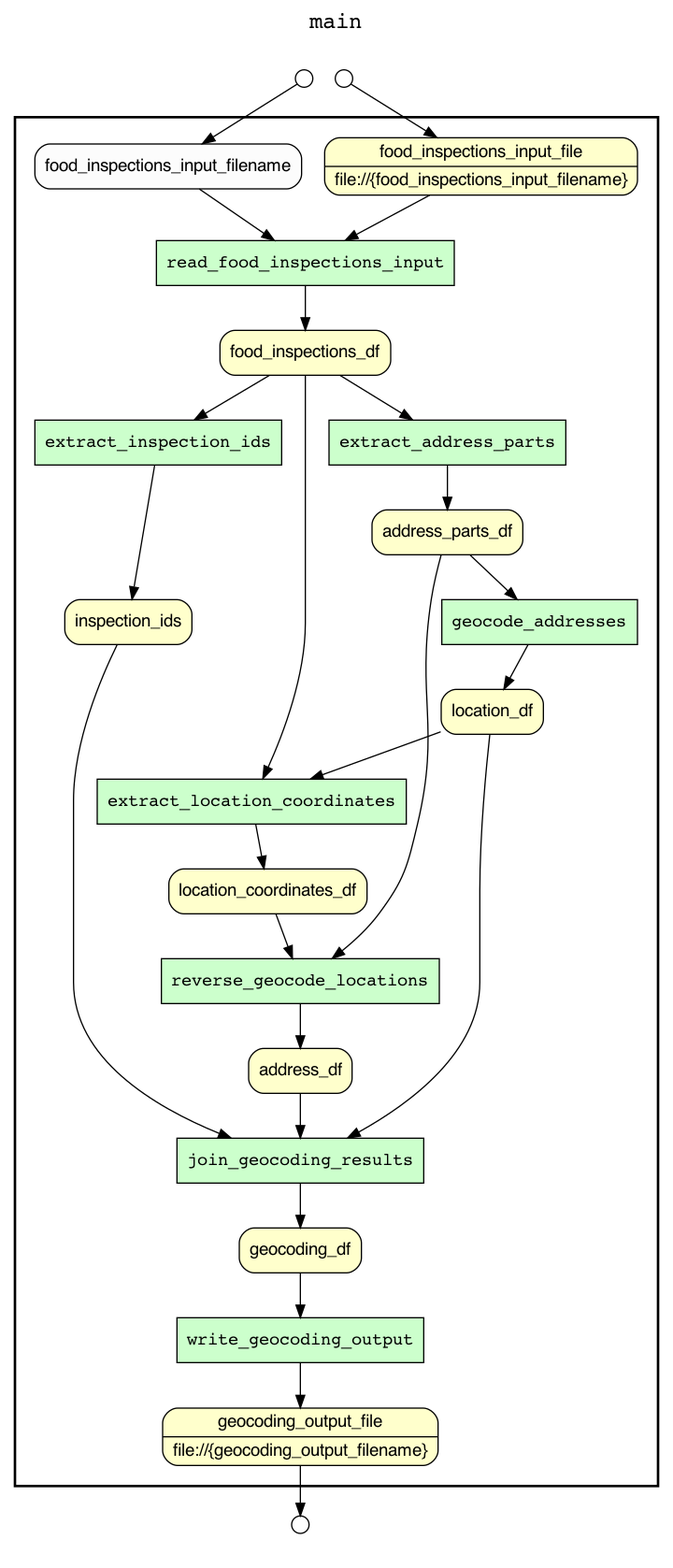
This is geocode.png from dmcguire81/CS513DataCleaningTeam152, a Graphviz export, as it was before one commit. Its source is kept beside it as geocode.gv.
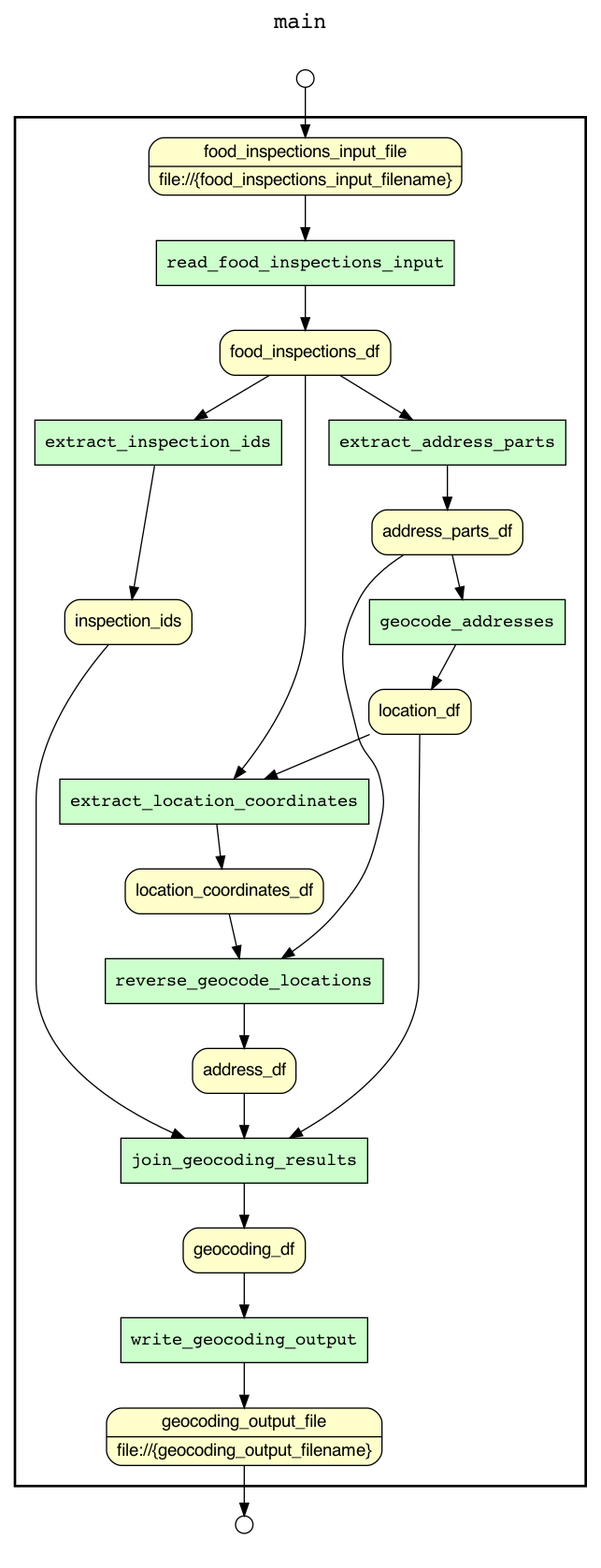
The same diagram one commit later.

Commit message:
Patch up geocode prototype provenance to match overview

The edit, as a diff of the source:
```diff
@@ -24,9 +24,7 @@
 address_df
 geocoding_df
 node[shape=box style="rounded,filled" fillcolor="#FCFCFC" peripheries=1 fontname=Helvetica]
-food_inspections_input_filename
 read_food_inspections_input -> food_inspections_df
-food_inspections_input_filename -> read_food_inspections_input
 food_inspections_input_file -> read_food_inspections_input
 extract_inspection_ids -> inspection_ids
 food_inspections_df -> extract_inspection_ids
@@ -50,7 +48,6 @@
 subgraph cluster_input_ports_group_outer { label=""; color=white
 subgraph cluster_input_ports_group_inner { label=""; color=white
 node[shape=circle style="rounded,filled" fillcolor="#FFFFFF" peripheries=1 fontname=Helvetica width=0.2]
-food_inspections_input_filename_input_port [label=""]
 food_inspections_input_file_input_port [label=""]
 }}
 subgraph cluster_output_ports_group_outer { label=""; color=white
@@ -58,7 +55,6 @@
 node[shape=circle style="rounded,filled" fillcolor="#FFFFFF" peripheries=1 fontname=Helvetica width=0.2]
 geocoding_output_file_output_port [label=""]
 }}
-food_inspections_input_filename_input_port -> food_inspections_input_filename
 food_inspections_input_file_input_port -> food_inspections_input_file
 geocoding_output_file -> geocoding_output_file_output_port
 }
```
